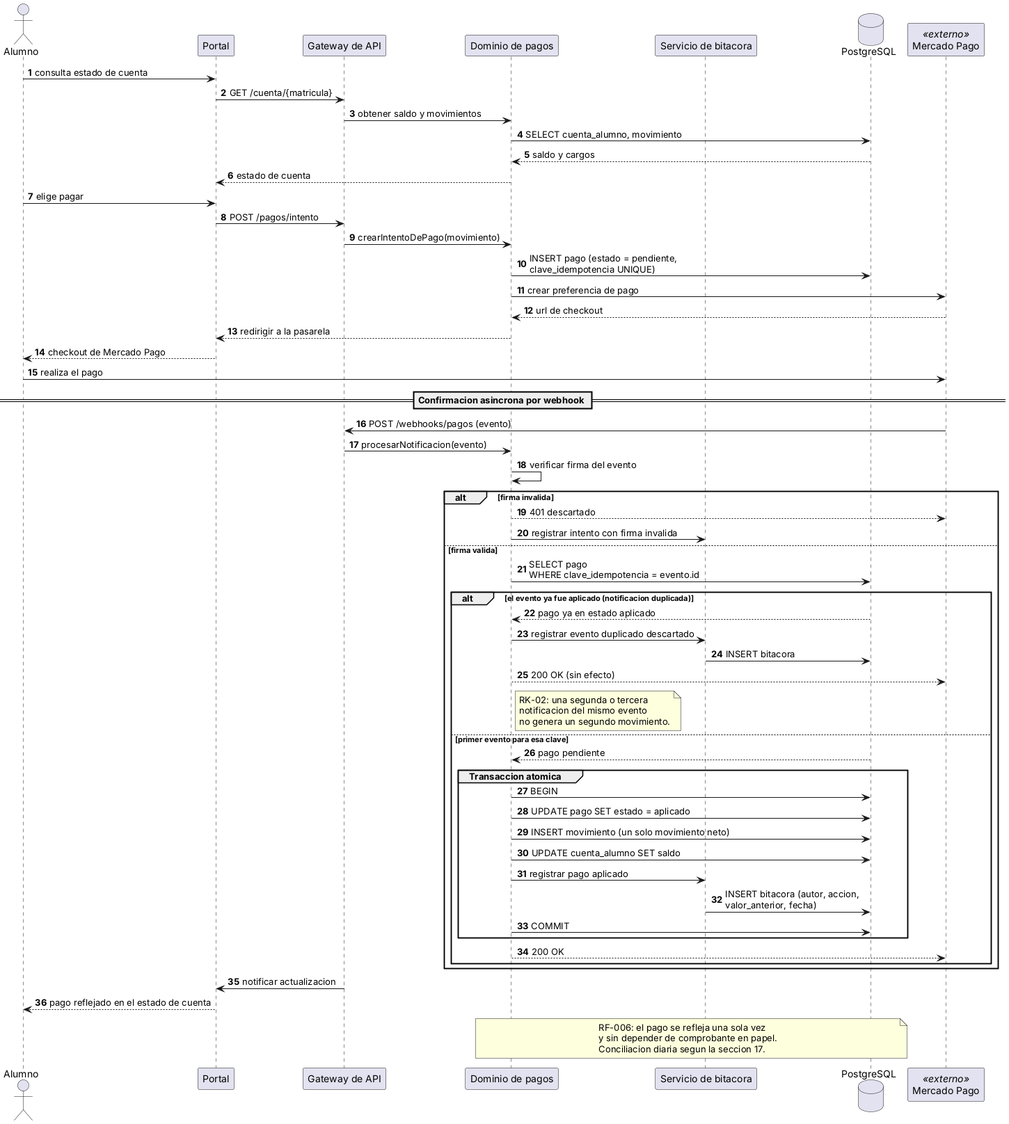
fjmp-dev/sce-control-escolar keeps this PlantUML diagram as docs/arquitectura/render/fig05-secuencia-pago.png. Above is the earlier version.
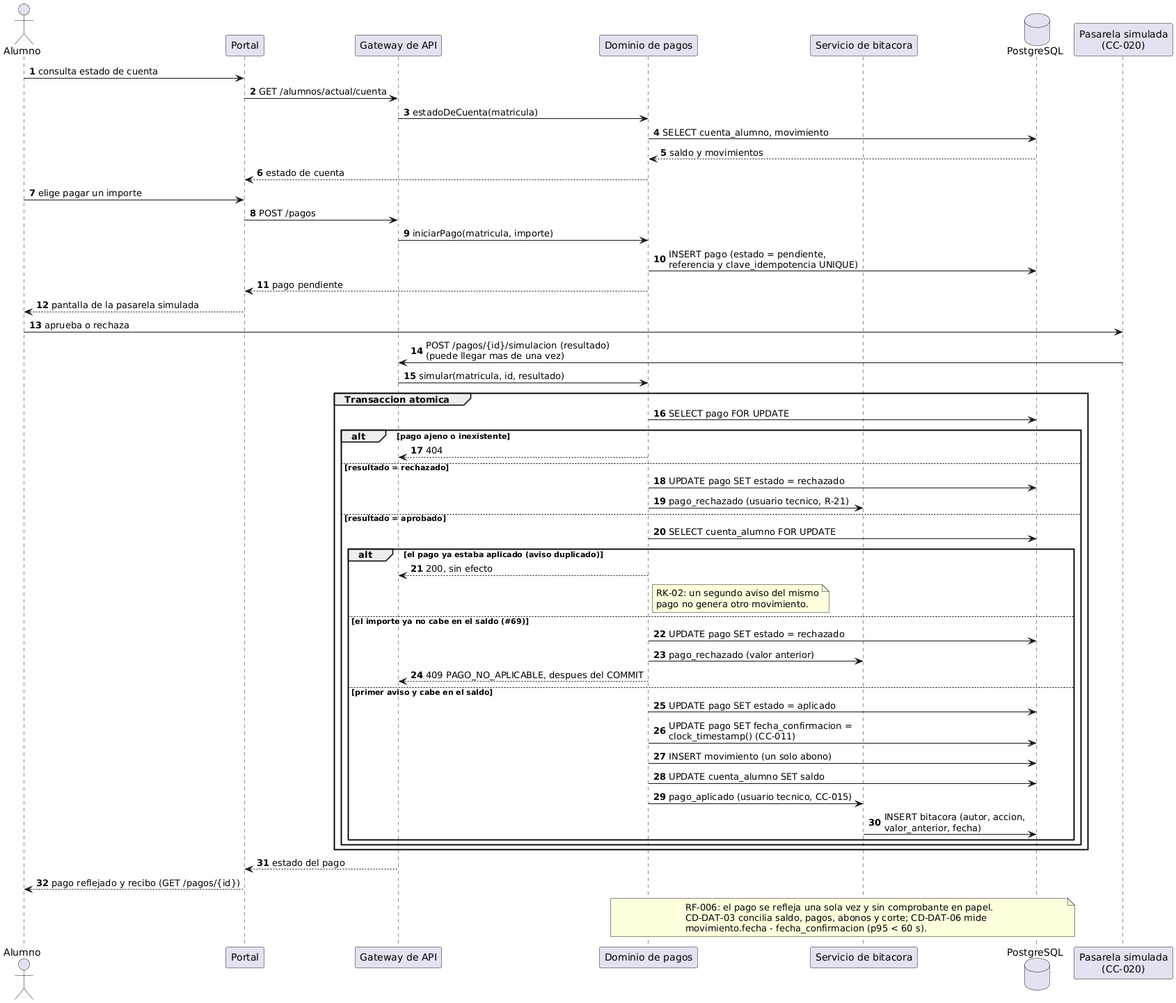
The same diagram one commit later.

What changed in the source:
```diff
@@ -8,70 +8,63 @@
 participant "Dominio de pagos" as DPAG
 participant "Servicio de bitacora" as BIT
 database "PostgreSQL" as DB
-participant "Mercado Pago" as MP <<externo>>
+participant "Pasarela simulada\n(CC-020)" as PS
 
 AL -> UI : consulta estado de cuenta
-UI -> GW : GET /cuenta/{matricula}
-GW -> DPAG : obtener saldo y movimientos
+UI -> GW : GET /alumnos/actual/cuenta
+GW -> DPAG : estadoDeCuenta(matricula)
 DPAG -> DB : SELECT cuenta_alumno, movimiento
-DB --> DPAG : saldo y cargos
+DB --> DPAG : saldo y movimientos
 DPAG --> UI : estado de cuenta
 
-AL -> UI : elige pagar
-UI -> GW : POST /pagos/intento
-GW -> DPAG : crearIntentoDePago(movimiento)
-DPAG -> DB : INSERT pago (estado = pendiente,\nclave_idempotencia UNIQUE)
-DPAG -> MP : crear preferencia de pago
-MP --> DPAG : url de checkout
-DPAG --> UI : redirigir a la pasarela
-UI --> AL : checkout de Mercado Pago
+AL -> UI : elige pagar un importe
+UI -> GW : POST /pagos
+GW -> DPAG : iniciarPago(matricula, importe)
+DPAG -> DB : INSERT pago (estado = pendiente,\nreferencia y clave_idempotencia UNIQUE)
+DPAG --> UI : pago pendiente
+UI --> AL : pantalla de la pasarela simulada
 
-AL -> MP : realiza el pago
+AL -> PS : aprueba o rechaza
+PS -> GW : POST /pagos/{id}/simulacion (resultado)\n(puede llegar mas de una vez)
+GW -> DPAG : simular(matricula, id, resultado)
 
-== Confirmacion asincrona por webhook ==
-
-MP -> GW : POST /webhooks/pagos (evento)
-GW -> DPAG : procesarNotificacion(evento)
-DPAG -> DPAG : verificar firma del evento
-
-alt firma invalida
-  DPAG --> MP : 401 descartado
-  DPAG -> BIT : registrar intento con firma invalida
-else firma valida
-  DPAG -> DB : SELECT pago\nWHERE clave_idempotencia = evento.id
-
-  alt el evento ya fue aplicado (notificacion duplicada)
-    DB --> DPAG : pago ya en estado aplicado
-    DPAG -> BIT : registrar evento duplicado descartado
-    BIT -> DB : INSERT bitacora
-    DPAG --> MP : 200 OK (sin efecto)
-    note right of DPAG
-      RK-02: una segunda o tercera
-      notificacion del mismo evento
-      no genera un segundo movimiento.
-    end note
-  else primer evento para esa clave
-    DB --> DPAG : pago pendiente
-    group Transaccion atomica
-      DPAG -> DB : BEGIN
+group Transaccion atomica
+  DPAG -> DB : SELECT pago FOR UPDATE
+  alt pago ajeno o inexistente
+    DPAG --> GW : 404
+  else resultado = rechazado
+    DPAG -> DB : UPDATE pago SET estado = rechazado
+    DPAG -> BIT : pago_rechazado (usuario tecnico, R-21)
+  else resultado = aprobado
+    DPAG -> DB : SELECT cuenta_alumno FOR UPDATE
+    alt el pago ya estaba aplicado (aviso duplicado)
+      DPAG --> GW : 200, sin efecto
+      note right of DPAG
+        RK-02: un segundo aviso del mismo
+        pago no genera otro movimiento.
+      end note
+    else el importe ya no cabe en el saldo (#69)
+      DPAG -> DB : UPDATE pago SET estado = rechazado
+      DPAG -> BIT : pago_rechazado (valor anterior)
+      DPAG --> GW : 409 PAGO_NO_APLICABLE, despues del COMMIT
+    else primer aviso y cabe en el saldo
       DPAG -> DB : UPDATE pago SET estado = aplicado
-      DPAG -> DB : INSERT movimiento (un solo movimiento neto)
+      DPAG -> DB : UPDATE pago SET fecha_confirmacion =\nclock_timestamp() (CC-011)
+      DPAG -> DB : INSERT movimiento (un solo abono)
       DPAG -> DB : UPDATE cuenta_alumno SET saldo
-      DPAG -> BIT : registrar pago aplicado
+      DPAG -> BIT : pago_aplicado (usuario tecnico, CC-015)
       BIT -> DB : INSERT bitacora (autor, accion,\nvalor_anterior, fecha)
-      DPAG -> DB : COMMIT
     end
-    DPAG --> MP : 200 OK
   end
 end
 
-GW -> UI : notificar actualizacion
-UI --> AL : pago reflejado en el estado de cuenta
+GW --> UI : estado del pago
+UI --> AL : pago reflejado y recibo (GET /pagos/{id})
 
 note over DPAG, DB
-  RF-006: el pago se refleja una sola vez
-  y sin depender de comprobante en papel.
-  Conciliacion diaria segun la seccion 17.
+  RF-006: el pago se refleja una sola vez y sin comprobante en papel.
+  CD-DAT-03 concilia saldo, pagos, abonos y corte; CD-DAT-06 mide
+  movimiento.fecha - fecha_confirmacion (p95 < 60 s).
 end note
 
 @enduml
```
